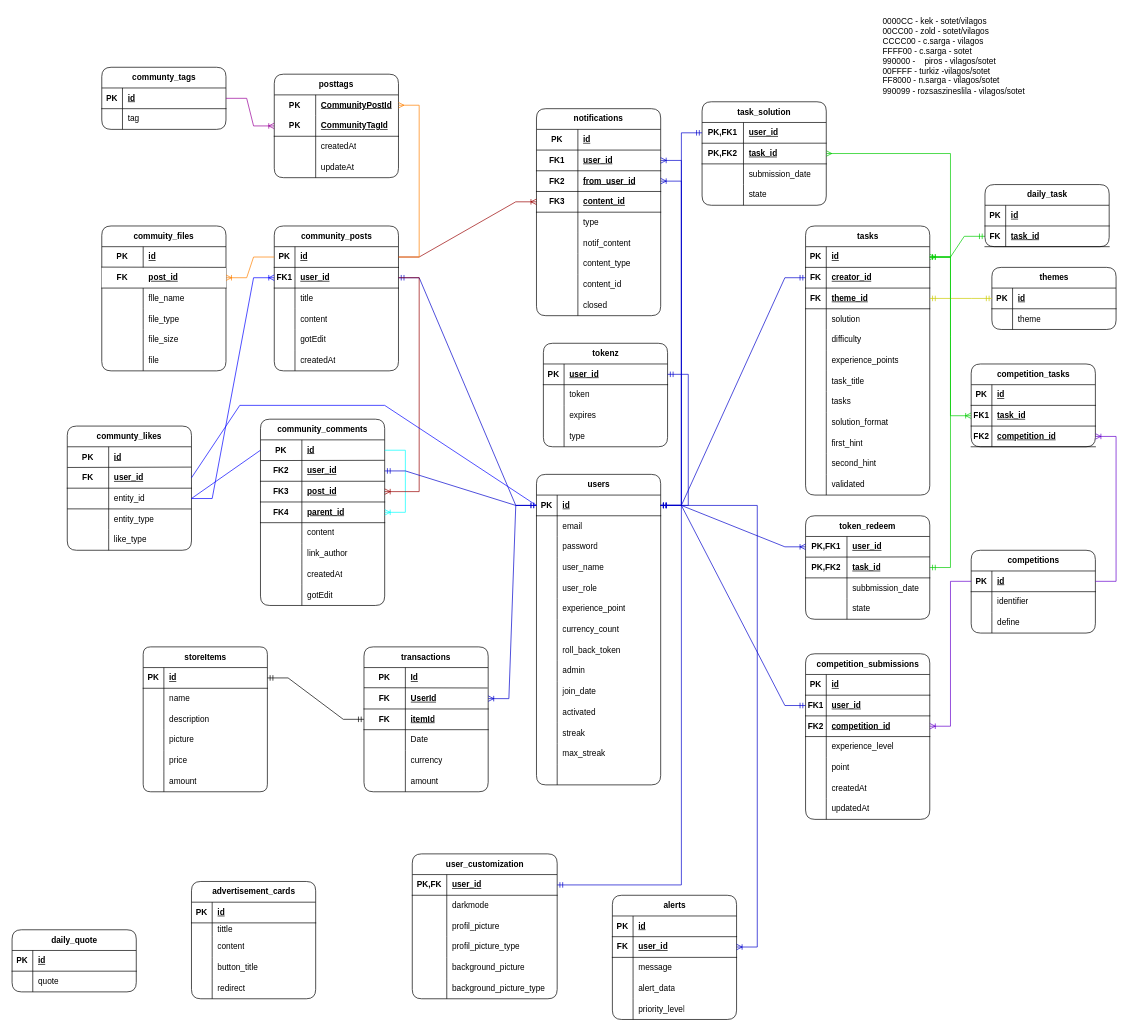
Before: Math_Solve_Database.drawio in MozesBence/matekos_leetcode, a draw.io diagram. Source tidied: cells renumbered, new cells numbered last; positions are measured from the earlier drawing's top-left corner, leaving out a move shared by most shapes. Both pictures are drawn from the tidied source at 69%, with x=0, y=0 at pixel (12, 12).
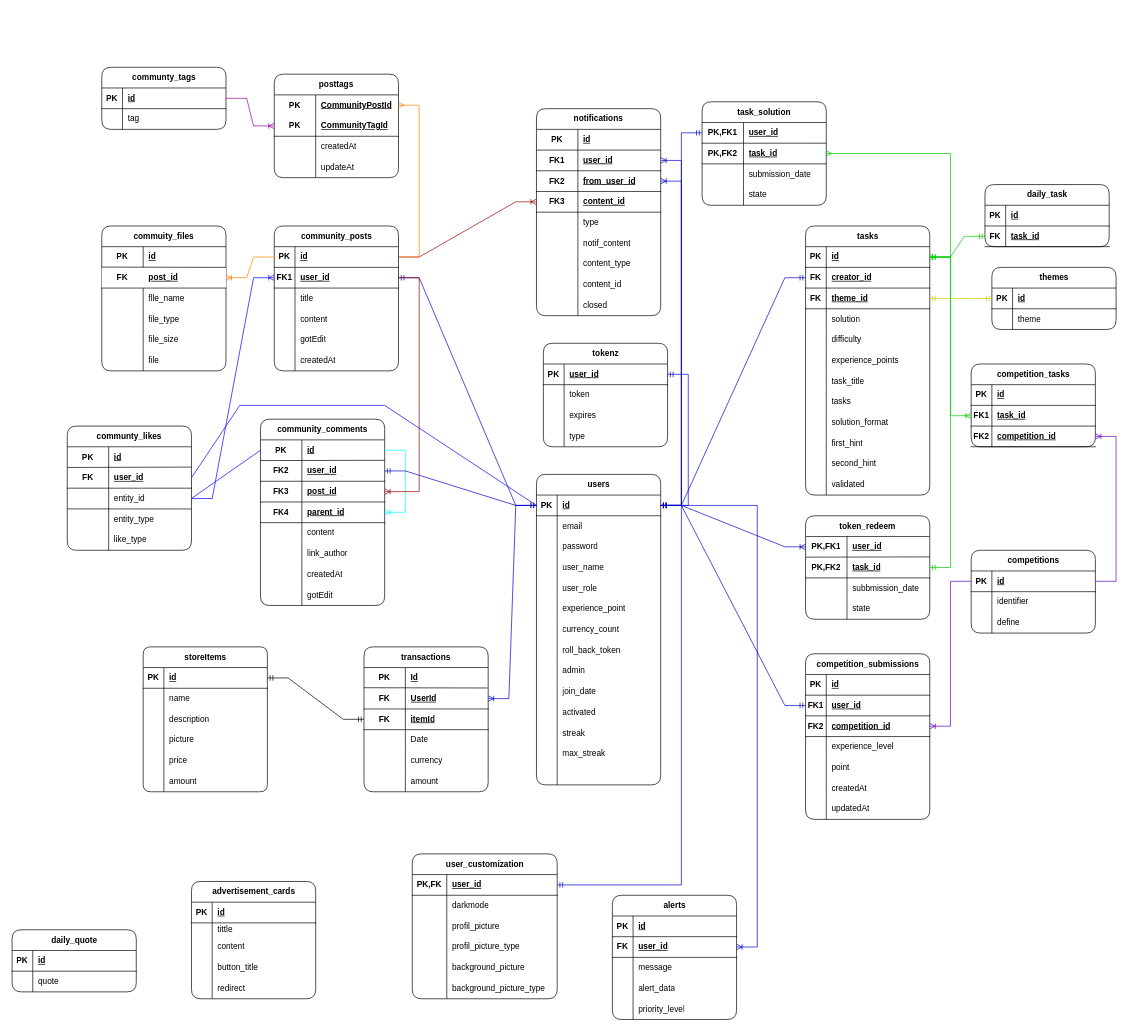
Above is the later version.

What changed in the source:
```diff
@@
-    <mxCell id="197" value="0000CC - kek - sotet/vilagos&#10;00CC00 - zold - sotet/vilagos&#10;CCCC00 - c.sarga - vilagos&#10;FFFF00 - c.sarga - sotet&#10;990000 -    piros - vilagos/sotet&#10;00FFFF - turkiz -vilagos/sotet&#10;FF8000 - n.sarga - vilagos/sotet&#10;990099 - rozsaszineslila - vilagos/sotet&#10;&#10;&#10;" style="text;whiteSpace=wrap;" parent="1" vertex="1">
-      <mxGeometry x="1260" width="340" height="160" as="geometry" />
-    </mxCell>
```
